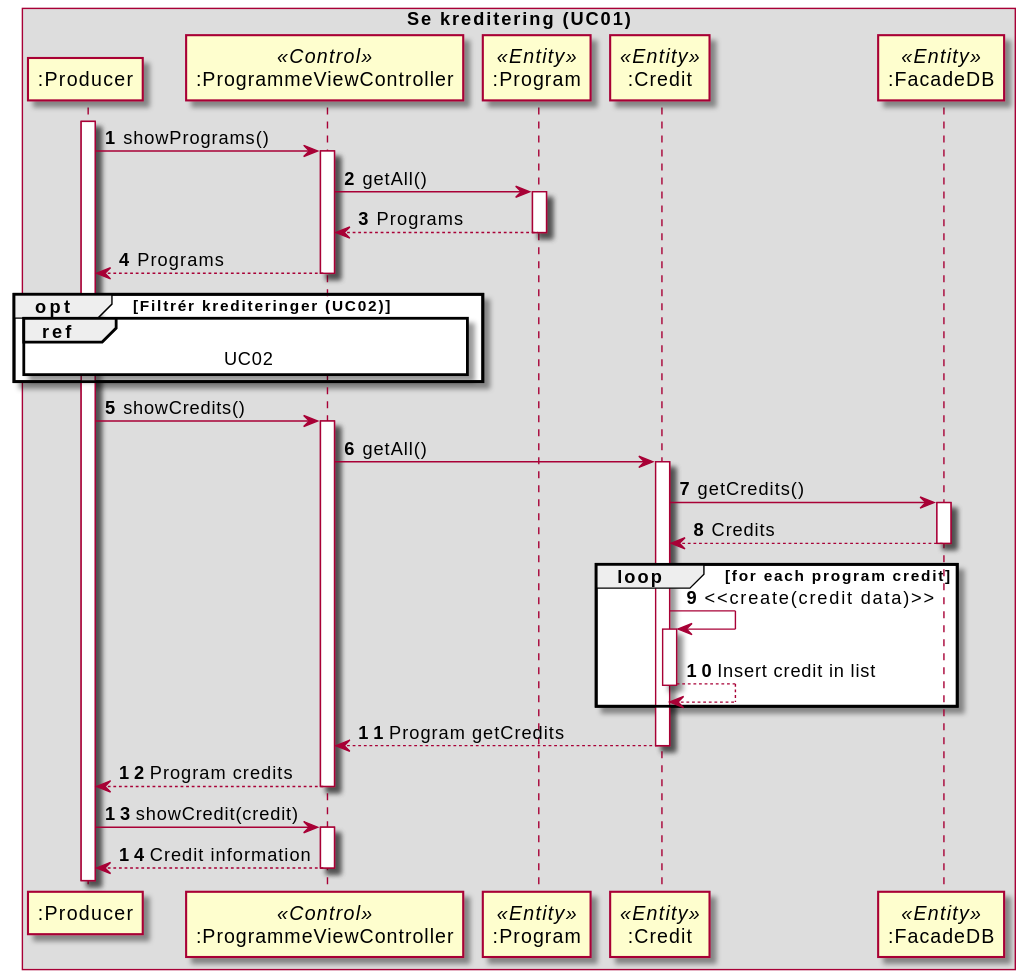
The PlantUML diagram uml/sequence_diagrams/operation/UC01_show_credit.svg in Berkanktk/SE02-SE-G02-SPRO, before a commit.
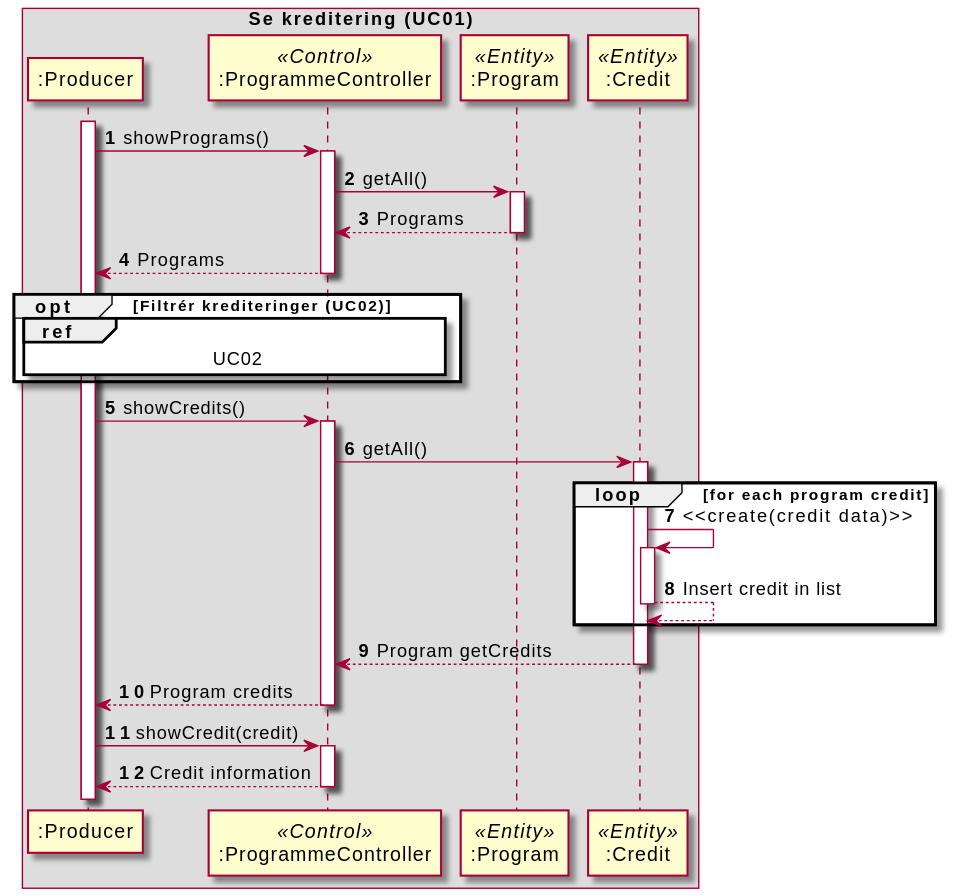
After the change.

Change to the diagram source:
```diff
@@ -4,10 +4,9 @@
 
 box Se kreditering (UC01)
     participant ":Producer" as producer
-    participant ":ProgrammeViewController" as programController <<Control>>
+    participant ":ProgrammeController" as programController <<Control>>
     participant ":Program" as program <<Entity>>
     participant ":Credit" as credit <<Entity>>
-    participant ":FacadeDB" as db <<Entity>>
 end box
 
 activate producer
@@ -29,10 +28,6 @@
 programController -> credit : getAll()
 activate credit
 
-credit -> db : getCredits()
-activate db
-credit <-- db : Credits
-deactivate db
 
 loop for each program credit
 credit -> credit : <<create(credit data)>>
```
